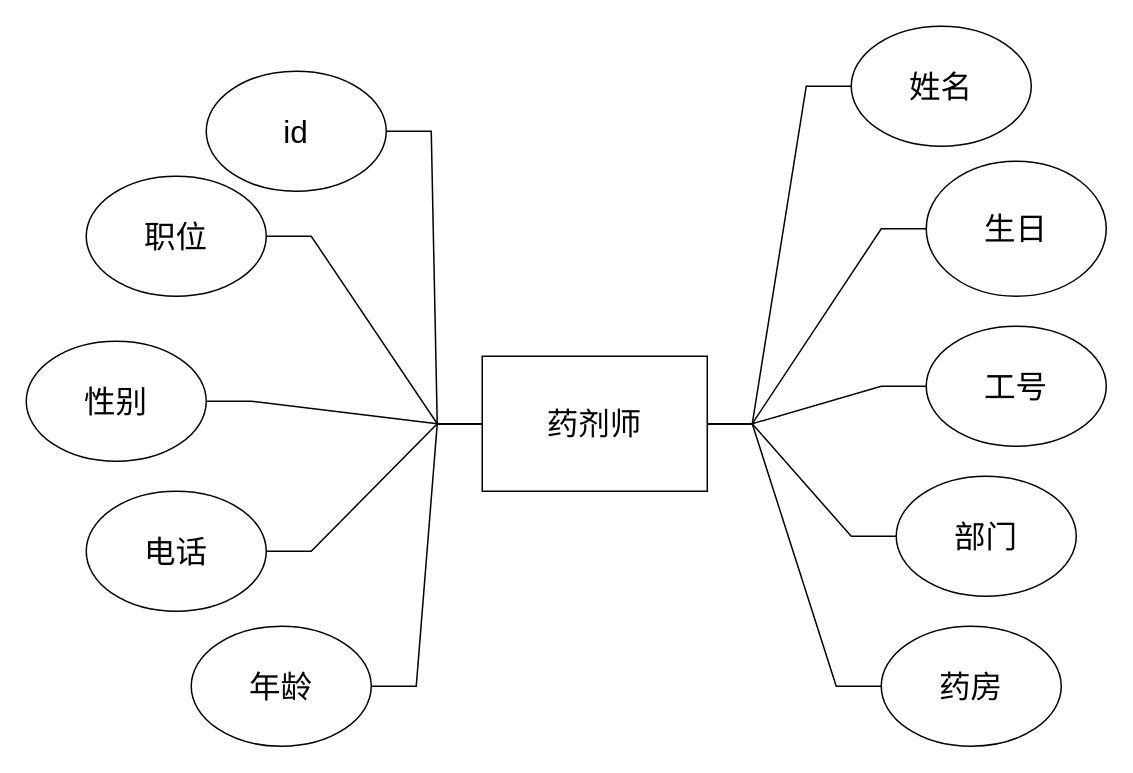
The draw.io diagram page "第 4 页" (4 of 9) of 用例图/医疗信息系统E-R图.drawio in yansiro145/-, before the edit. Source tidied: cells renumbered, new cells numbered last; positions are measured from the earlier drawing's top-left corner, leaving out a move shared by most shapes. Both pictures are drawn from the tidied source at 150%, with x=0, y=0 at pixel (26, 26).
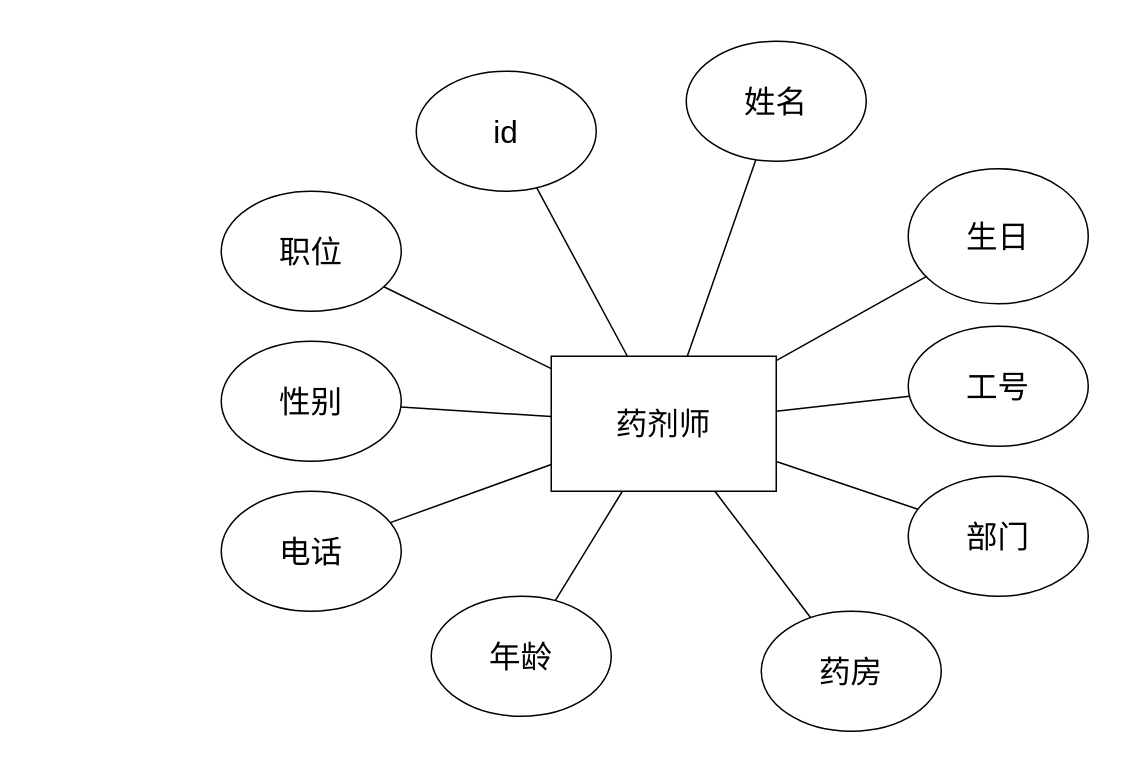
The same page after the edit.

Diff of the diagram source:
```diff
@@
     <mxCell id="2" value="性别" style="ellipse;whiteSpace=wrap;html=1;fontFamily=Helvetica;fontSize=21;fontColor=default;strokeColor=default;fillColor=default;" parent="1" vertex="1">
-      <mxGeometry y="210" width="120" height="80" as="geometry" />
+      <mxGeometry x="130" y="210" width="120" height="80" as="geometry" />
     </mxCell>
-    <mxCell id="3" style="edgeStyle=entityRelationEdgeStyle;rounded=0;jettySize=auto;html=1;fontFamily=Helvetica;fontSize=21;fontColor=default;endArrow=none;endFill=0;" parent="1" edge="1" source="13" target="16">
+    <mxCell id="3" style="rounded=0;jettySize=auto;html=1;fontFamily=Helvetica;fontSize=21;fontColor=default;endArrow=none;endFill=0;" parent="1" edge="1" source="13" target="16">
       <mxGeometry relative="1" as="geometry" />
     </mxCell>
-    <mxCell id="4" style="edgeStyle=entityRelationEdgeStyle;rounded=0;jettySize=auto;html=1;fontFamily=Helvetica;fontSize=21;fontColor=default;endArrow=none;endFill=0;" parent="1" edge="1" source="13" target="20">
+    <mxCell id="4" style="rounded=0;jettySize=auto;html=1;fontFamily=Helvetica;fontSize=21;fontColor=default;endArrow=none;endFill=0;" parent="1" edge="1" source="13" target="20">
       <mxGeometry relative="1" as="geometry" />
     </mxCell>
-    <mxCell id="5" style="edgeStyle=entityRelationEdgeStyle;rounded=0;jettySize=auto;html=1;fontFamily=Helvetica;fontSize=21;fontColor=default;endArrow=none;endFill=0;" parent="1" edge="1" source="13" target="22">
+    <mxCell id="5" style="rounded=0;jettySize=auto;html=1;fontFamily=Helvetica;fontSize=21;fontColor=default;endArrow=none;endFill=0;" parent="1" edge="1" source="13" target="22">
       <mxGeometry relative="1" as="geometry" />
     </mxCell>
-    <mxCell id="6" style="edgeStyle=entityRelationEdgeStyle;rounded=0;jettySize=auto;html=1;fontFamily=Helvetica;fontSize=21;fontColor=default;endArrow=none;endFill=0;" parent="1" edge="1" source="13" target="17">
+    <mxCell id="6" style="rounded=0;jettySize=auto;html=1;fontFamily=Helvetica;fontSize=21;fontColor=default;endArrow=none;endFill=0;" parent="1" edge="1" source="13" target="17">
       <mxGeometry relative="1" as="geometry" />
     </mxCell>
-    <mxCell id="7" style="edgeStyle=entityRelationEdgeStyle;rounded=0;jettySize=auto;html=1;fontFamily=Helvetica;fontSize=21;fontColor=default;endArrow=none;endFill=0;" parent="1" edge="1" source="13" target="18">
+    <mxCell id="7" style="rounded=0;jettySize=auto;html=1;fontFamily=Helvetica;fontSize=21;fontColor=default;endArrow=none;endFill=0;" parent="1" edge="1" source="13" target="18">
       <mxGeometry relative="1" as="geometry" />
     </mxCell>
-    <mxCell id="8" style="edgeStyle=entityRelationEdgeStyle;rounded=0;jettySize=auto;html=1;fontFamily=Helvetica;fontSize=21;fontColor=default;endArrow=none;endFill=0;" parent="1" edge="1" source="13" target="19">
+    <mxCell id="8" style="rounded=0;jettySize=auto;html=1;fontFamily=Helvetica;fontSize=21;fontColor=default;endArrow=none;endFill=0;" parent="1" edge="1" source="13" target="19">
       <mxGeometry relative="1" as="geometry" />
     </mxCell>
-    <mxCell id="9" style="edgeStyle=entityRelationEdgeStyle;rounded=0;jettySize=auto;html=1;fontFamily=Helvetica;fontSize=21;fontColor=default;endArrow=none;endFill=0;" parent="1" edge="1" source="13" target="2">
+    <mxCell id="9" style="rounded=0;jettySize=auto;html=1;fontFamily=Helvetica;fontSize=21;fontColor=default;endArrow=none;endFill=0;" parent="1" edge="1" source="13" target="2">
       <mxGeometry relative="1" as="geometry" />
     </mxCell>
-    <mxCell id="10" style="edgeStyle=entityRelationEdgeStyle;rounded=0;jettySize=auto;html=1;fontFamily=Helvetica;fontSize=21;fontColor=default;endArrow=none;endFill=0;" parent="1" edge="1" source="13" target="14">
+    <mxCell id="10" style="rounded=0;jettySize=auto;html=1;fontFamily=Helvetica;fontSize=21;fontColor=default;endArrow=none;endFill=0;" parent="1" edge="1" source="13" target="14">
       <mxGeometry relative="1" as="geometry" />
     </mxCell>
-    <mxCell id="11" style="edgeStyle=entityRelationEdgeStyle;rounded=0;jettySize=auto;html=1;fontFamily=Helvetica;fontSize=21;fontColor=default;endArrow=none;endFill=0;" parent="1" edge="1" source="13" target="15">
+    <mxCell id="11" style="rounded=0;jettySize=auto;html=1;fontFamily=Helvetica;fontSize=21;fontColor=default;endArrow=none;endFill=0;" parent="1" edge="1" source="13" target="15">
       <mxGeometry relative="1" as="geometry" />
     </mxCell>
-    <mxCell id="12" style="edgeStyle=entityRelationEdgeStyle;rounded=0;jettySize=auto;html=1;fontFamily=Helvetica;fontSize=21;fontColor=default;endArrow=none;endFill=0;" parent="1" edge="1" source="13" target="21">
+    <mxCell id="12" style="rounded=0;jettySize=auto;html=1;fontFamily=Helvetica;fontSize=21;fontColor=default;endArrow=none;endFill=0;" parent="1" edge="1" source="13" target="21">
       <mxGeometry relative="1" as="geometry" />
     </mxCell>
     <mxCell id="13" value="药剂师" style="rounded=0;whiteSpace=wrap;html=1;fontFamily=Helvetica;fontSize=21;fontColor=default;strokeColor=default;fillColor=default;" parent="1" vertex="1">
-      <mxGeometry x="304" y="220" width="150" height="90" as="geometry" />
+      <mxGeometry x="350" y="220" width="150" height="90" as="geometry" />
     </mxCell>
     <mxCell id="14" value="职位" style="ellipse;whiteSpace=wrap;html=1;fontFamily=Helvetica;fontSize=21;fontColor=default;strokeColor=default;fillColor=default;" parent="1" vertex="1">
-      <mxGeometry x="40" y="100" width="120" height="80" as="geometry" />
+      <mxGeometry x="130" y="110" width="120" height="80" as="geometry" />
     </mxCell>
     <mxCell id="15" value="id" style="ellipse;whiteSpace=wrap;html=1;fontFamily=Helvetica;fontSize=21;fontColor=default;strokeColor=default;fillColor=default;" parent="1" vertex="1">
-      <mxGeometry x="120" y="30" width="120" height="80" as="geometry" />
+      <mxGeometry x="260" y="30" width="120" height="80" as="geometry" />
     </mxCell>
     <mxCell id="16" value="生日" style="ellipse;whiteSpace=wrap;html=1;fontFamily=Helvetica;fontSize=21;fontColor=default;strokeColor=default;fillColor=default;" parent="1" vertex="1">
-      <mxGeometry x="600" y="90" width="120" height="90" as="geometry" />
+      <mxGeometry x="588" y="95" width="120" height="90" as="geometry" />
     </mxCell>
     <mxCell id="17" value="工号" style="ellipse;whiteSpace=wrap;html=1;fontFamily=Helvetica;fontSize=21;fontColor=default;strokeColor=default;fillColor=default;" parent="1" vertex="1">
-      <mxGeometry x="600" y="200" width="120" height="80" as="geometry" />
+      <mxGeometry x="588" y="200" width="120" height="80" as="geometry" />
     </mxCell>
     <mxCell id="18" value="年龄" style="ellipse;whiteSpace=wrap;html=1;fontFamily=Helvetica;fontSize=21;fontColor=default;strokeColor=default;fillColor=default;" parent="1" vertex="1">
-      <mxGeometry x="110" y="400" width="120" height="80" as="geometry" />
+      <mxGeometry x="270" y="380" width="120" height="80" as="geometry" />
     </mxCell>
     <mxCell id="19" value="电话" style="ellipse;whiteSpace=wrap;html=1;fontFamily=Helvetica;fontSize=21;fontColor=default;strokeColor=default;fillColor=default;" parent="1" vertex="1">
-      <mxGeometry x="40" y="310" width="120" height="80" as="geometry" />
+      <mxGeometry x="130" y="310" width="120" height="80" as="geometry" />
     </mxCell>
     <mxCell id="20" value="部门" style="ellipse;whiteSpace=wrap;html=1;fontFamily=Helvetica;fontSize=21;fontColor=default;strokeColor=default;fillColor=default;" parent="1" vertex="1">
-      <mxGeometry x="580" y="300" width="120" height="80" as="geometry" />
+      <mxGeometry x="588" y="300" width="120" height="80" as="geometry" />
     </mxCell>
     <mxCell id="21" value="姓名" style="ellipse;whiteSpace=wrap;html=1;fontFamily=Helvetica;fontSize=21;fontColor=default;strokeColor=default;fillColor=default;" parent="1" vertex="1">
-      <mxGeometry x="550" width="120" height="80" as="geometry" />
+      <mxGeometry x="440" y="10" width="120" height="80" as="geometry" />
     </mxCell>
     <mxCell id="22" value="药房" style="ellipse;whiteSpace=wrap;html=1;fontFamily=Helvetica;fontSize=21;fontColor=default;strokeColor=default;fillColor=default;" parent="1" vertex="1">
-      <mxGeometry x="570" y="400" width="120" height="80" as="geometry" />
+      <mxGeometry x="490" y="390" width="120" height="80" as="geometry" />
     </mxCell>
```
